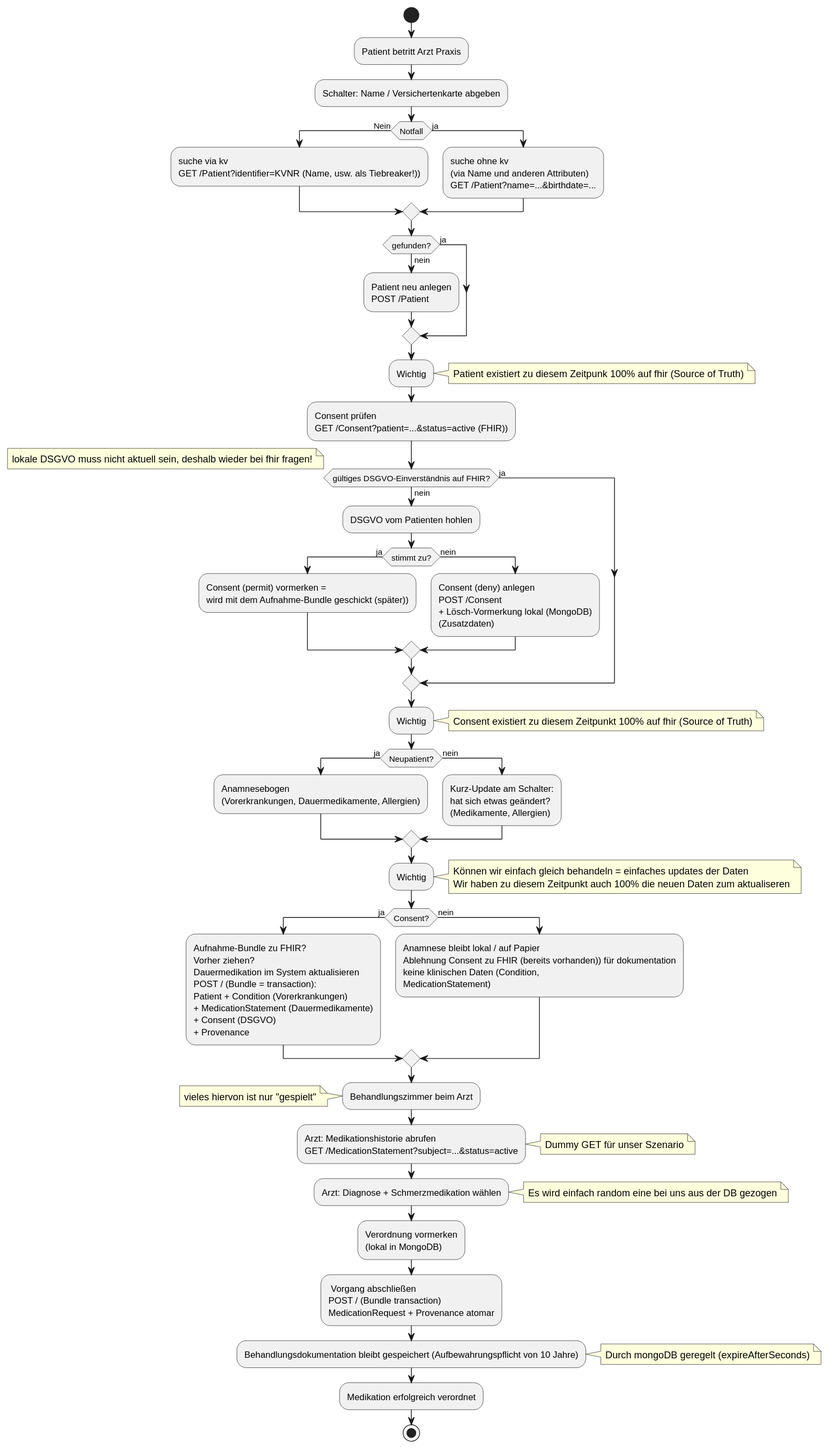
Before: docs/patientenJourny.svg, a diagram exported from PlantUML (TimeDelayed/Medikation-eRezept-slice).
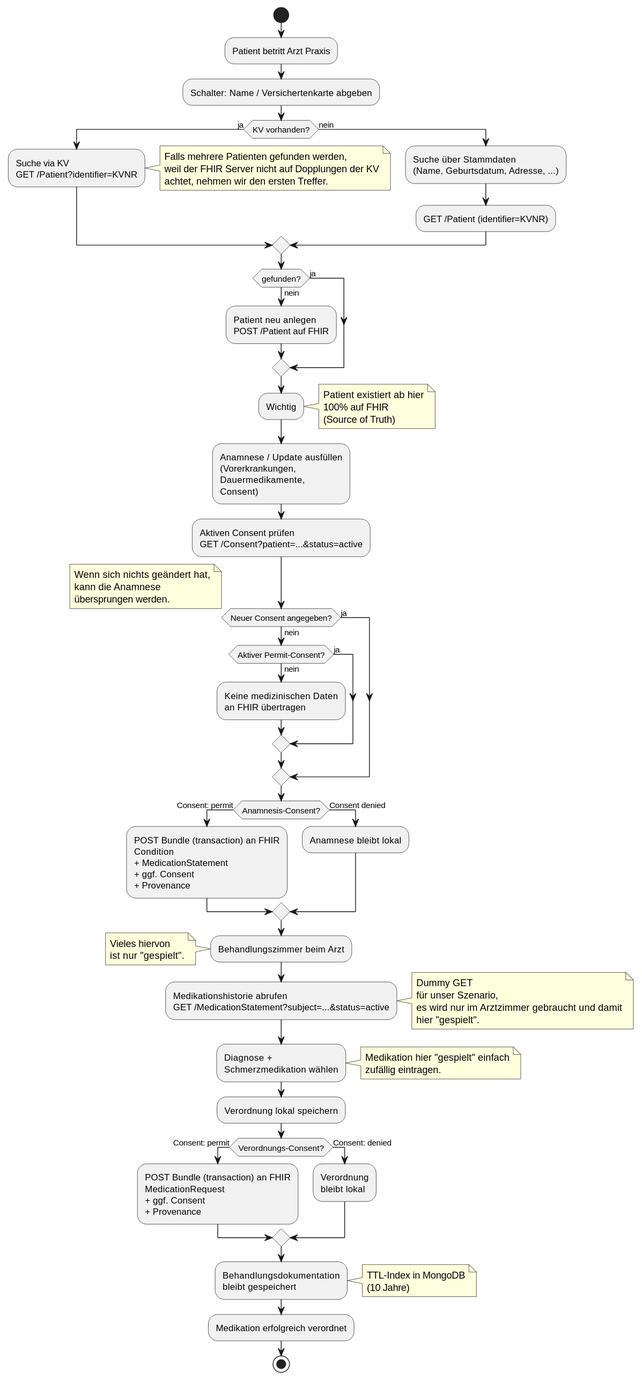
The same file after the commit.

Diff of the diagram source:
```diff
@@ -3,104 +3,109 @@
 :Patient betritt Arzt Praxis;
 
 :Schalter: Name / Versichertenkarte abgeben;
-if(Notfall) then(Nein)
-:suche via kv
-GET /Patient?identifier=KVNR (Name, usw. als Tiebreaker!));
-else(ja)
- :suche ohne kv
- (via Name und anderen Attributen)
- GET /Patient?name=...&birthdate=...;
+if (KV vorhanden?) then (ja)
+  :Suche via KV
+  GET /Patient?identifier=KVNR;
+  note right
+    Falls mehrere Patienten gefunden werden,
+    weil der FHIR Server nicht auf Dopplungen der KV
+    achtet, nehmen wir den ersten Treffer.
+  end note
+else (nein)
+  :Suche über Stammdaten
+  (Name, Geburtsdatum, Adresse, ...);
+  :GET /Patient (identifier=KVNR);
 endif
 
 if (gefunden?) then (ja)
 else (nein)
   :Patient neu anlegen
-  POST /Patient;
+  POST /Patient auf FHIR;
 endif
+
 :Wichtig;
- note right
-    Patient existiert zu diesem Zeitpunk 100% auf fhir (Source of Truth)
-  end note
+note right
+Patient existiert ab hier
+100% auf FHIR
+(Source of Truth)
+end note
 
-:Consent prüfen
-GET /Consent?patient=...&status=active (FHIR));
-if (gültiges DSGVO-Einverständnis auf FHIR?) then (ja)
- note left
-   lokale DSGVO muss nicht aktuell sein, deshalb wieder bei fhir fragen!
-  end note
+:Anamnese / Update ausfüllen
+(Vorerkrankungen,
+Dauermedikamente,
+Consent);
+
+:Aktiven Consent prüfen
+GET /Consent?patient=...&status=active;
+
+if (Neuer Consent angegeben?) then (ja)
 else (nein)
-  :DSGVO vom Patienten hohlen;
-  if (stimmt zu?) then (ja)
-    :Consent (permit) vormerken =
-    wird mit dem Aufnahme-Bundle geschickt (später));
+  if (Aktiver Permit-Consent?) then (ja)
   else (nein)
-    :Consent (deny) anlegen
-    POST /Consent
-    + Lösch-Vormerkung lokal (MongoDB)
-    (Zusatzdaten);
+    :Keine medizinischen Daten
+    an FHIR übertragen;
   endif
 endif
 
-:Wichtig;
- note right
-   Consent existiert zu diesem Zeitpunkt 100% auf fhir (Source of Truth)
-  end note
+note right
+Wenn sich nichts geändert hat,
+kann die Anamnese
+übersprungen werden.
+end note
 
-if (Neupatient?) then (ja)
-  :Anamnesebogen
-  (Vorerkrankungen, Dauermedikamente, Allergien);
-else (nein)
-  :Kurz-Update am Schalter:
-  hat sich etwas geändert?
-  (Medikamente, Allergien);
-endif
-
-:Wichtig;
- note right
-   Können wir einfach gleich behandeln = einfaches updates der Daten
-   Wir haben zu diesem Zeitpunkt auch 100% die neuen Daten zum aktualiseren
-  end note
-
-if (Consent?) then (ja)
-  :Aufnahme-Bundle zu FHIR?
-  Vorher ziehen?
-  Dauermedikation im System aktualisieren
-  POST / (Bundle = transaction):
-  Patient + Condition (Vorerkrankungen)
-  + MedicationStatement (Dauermedikamente)
-  + Consent (DSGVO)
+if (Anamnesis-Consent?) then (Consent: permit)
+  :POST Bundle (transaction) an FHIR
+  Condition
+  + MedicationStatement
+  + ggf. Consent
   + Provenance;
-else (nein)
-  :Anamnese bleibt lokal / auf Papier
-  Ablehnung Consent zu FHIR (bereits vorhanden)) für dokumentation
-  keine klinischen Daten (Condition,
-  MedicationStatement);
+else (Consent denied)
+  :Anamnese bleibt lokal;
 endif
 
 :Behandlungszimmer beim Arzt;
+
 note left
-vieles hiervon ist nur "gespielt"
-end note
-:Arzt: Medikationshistorie abrufen
-GET /MedicationStatement?subject=...&status=active;
-note right
-Dummy GET für unser Szenario
-end note
-:Arzt: Diagnose + Schmerzmedikation wählen;
-note right
-Es wird einfach random eine bei uns aus der DB gezogen
+Vieles hiervon
+ist nur "gespielt".
 end note
 
-:Verordnung vormerken
-(lokal in MongoDB);
+:Medikationshistorie abrufen
+GET /MedicationStatement?subject=...&status=active;
 
-: Vorgang abschließen
-POST / (Bundle transaction)
-MedicationRequest + Provenance atomar;
+note right
+Dummy GET
+für unser Szenario,
+es wird nur im Arztzimmer gebraucht und damit
+hier "gespielt".
+end note
 
-:Behandlungsdokumentation bleibt gespeichert (Aufbewahrungspflicht von 10 Jahre);
+:Diagnose +
+Schmerzmedikation wählen;
+
 note right
-Durch mongoDB geregelt (expireAfterSeconds)
+Medikation hier "gespielt" einfach
+zufällig eintragen.
+end note
+
+:Verordnung lokal speichern;
+
+if (Verordnungs-Consent?) then (Consent: permit)
+  :POST Bundle (transaction) an FHIR
+  MedicationRequest
+  + ggf. Consent
+  + Provenance;
+else (Consent: denied)
+  :Verordnung
+  bleibt lokal;
+endif
+
+:Behandlungsdokumentation
+bleibt gespeichert;
+
+note right
+TTL-Index in MongoDB
+(10 Jahre)
 end note
 
 :Medikation erfolgreich verordnet;
```
